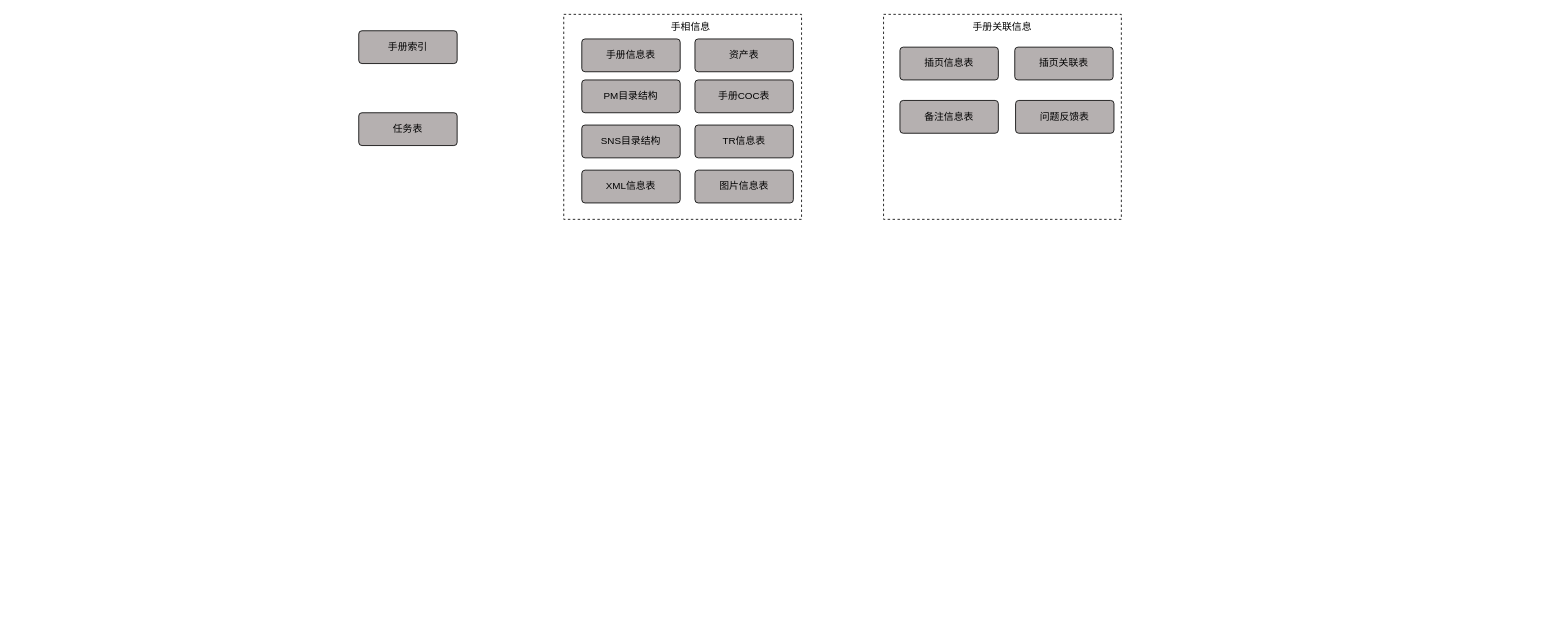
DemonHan/KuickBuy keeps this draw.io diagram as 数据结构图.drawio. Above is the earlier version. Source tidied: cells renumbered, new cells numbered last; positions are measured from the earlier drawing's top-left corner, leaving out a move shared by most shapes. Both pictures are drawn from the tidied source at 82%, with x=0, y=0 at pixel (358, 14).
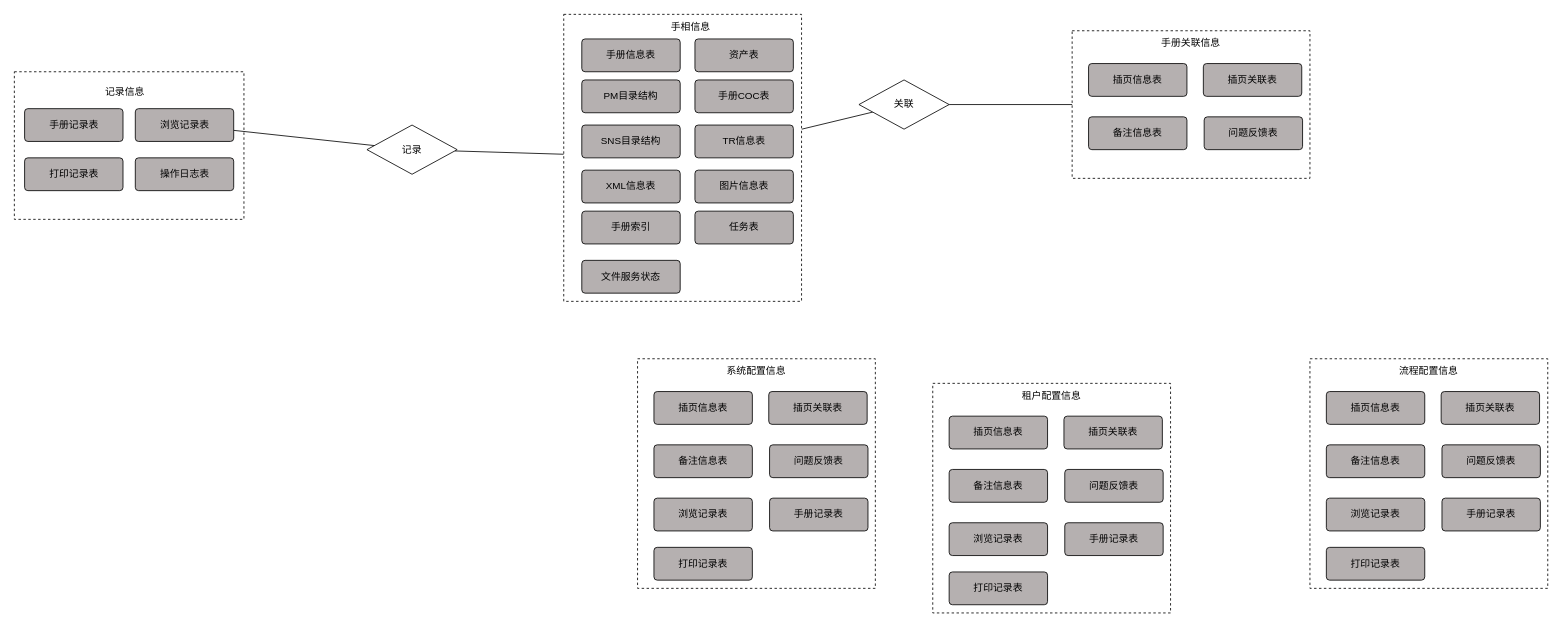
Above is the later version.

Commit message (it also covers changes not shown here):
更新数据结构图.drawio

What changed in the source:
```diff
@@
+    <mxCell id="20" style="rounded=0;whiteSpace=wrap;html=1;dashed=1;" parent="1" vertex="1">
+      <mxGeometry x="-420" y="70" width="280" height="180" as="geometry" />
+    </mxCell>
     <mxCell id="2" style="rounded=0;whiteSpace=wrap;html=1;dashed=1;" parent="1" vertex="1">
-      <mxGeometry x="640" width="290" height="250" as="geometry" />
+      <mxGeometry x="870" y="20" width="290" height="180" as="geometry" />
     </mxCell>
+    <mxCell id="21" style="rounded=0;jettySize=auto;html=1;endArrow=none;endFill=0;" parent="1" edge="1" source="3" target="24">
+      <mxGeometry relative="1" as="geometry" />
+    </mxCell>
+    <mxCell id="22" style="edgeStyle=none;rounded=0;jettySize=auto;html=1;endArrow=none;endFill=0;" parent="1" edge="1" source="3" target="59">
+      <mxGeometry relative="1" as="geometry" />
+    </mxCell>
     <mxCell id="3" style="rounded=0;whiteSpace=wrap;html=1;dashed=1;" parent="1" vertex="1">
-      <mxGeometry x="250" width="290" height="250" as="geometry" />
+      <mxGeometry x="250" width="290" height="350" as="geometry" />
     </mxCell>
@@
     <mxCell id="6" value="手册索引" style="rounded=1;arcSize=10;whiteSpace=wrap;html=1;align=center;fillColor=#b5b0b0;" parent="1" vertex="1">
-      <mxGeometry y="20" width="120" height="40" as="geometry" />
+      <mxGeometry x="272" y="240" width="120" height="40" as="geometry" />
     </mxCell>
     <mxCell id="7" value="任务表" style="rounded=1;arcSize=10;whiteSpace=wrap;html=1;align=center;fillColor=#b5b0b0;" parent="1" vertex="1">
-      <mxGeometry y="120" width="120" height="40" as="geometry" />
+      <mxGeometry x="410" y="240" width="120" height="40" as="geometry" />
     </mxCell>
@@
     <mxCell id="14" value="插页关联表" style="rounded=1;arcSize=10;whiteSpace=wrap;html=1;align=center;fillColor=#b5b0b0;" parent="1" vertex="1">
-      <mxGeometry x="800" y="40" width="120" height="40" as="geometry" />
+      <mxGeometry x="1030" y="60" width="120" height="40" as="geometry" />
     </mxCell>
     <mxCell id="15" value="插页信息表" style="rounded=1;arcSize=10;whiteSpace=wrap;html=1;align=center;fillColor=#b5b0b0;" parent="1" vertex="1">
-      <mxGeometry x="660" y="40" width="120" height="40" as="geometry" />
+      <mxGeometry x="890" y="60" width="120" height="40" as="geometry" />
     </mxCell>
@@
     <mxCell id="17" value="手册关联信息" style="text;html=1;strokeColor=none;fillColor=none;align=center;verticalAlign=middle;whiteSpace=wrap;rounded=0;" parent="1" vertex="1">
-      <mxGeometry x="740" width="90" height="30" as="geometry" />
+      <mxGeometry x="970" y="20" width="90" height="30" as="geometry" />
     </mxCell>
     <mxCell id="18" value="备注信息表" style="rounded=1;arcSize=10;whiteSpace=wrap;html=1;align=center;fillColor=#b5b0b0;" parent="1" vertex="1">
-      <mxGeometry x="660" y="105" width="120" height="40" as="geometry" />
+      <mxGeometry x="890" y="125" width="120" height="40" as="geometry" />
     </mxCell>
     <mxCell id="19" value="问题反馈表" style="rounded=1;arcSize=10;whiteSpace=wrap;html=1;align=center;fillColor=#b5b0b0;" parent="1" vertex="1">
-      <mxGeometry x="801" y="105" width="120" height="40" as="geometry" />
+      <mxGeometry x="1031" y="125" width="120" height="40" as="geometry" />
     </mxCell>
+    <mxCell id="23" style="edgeStyle=none;rounded=0;jettySize=auto;html=1;entryX=0;entryY=0.5;entryDx=0;entryDy=0;endArrow=none;endFill=0;" parent="1" edge="1" source="24" target="2">
+      <mxGeometry relative="1" as="geometry" />
+    </mxCell>
+    <mxCell id="24" value="关联" style="rhombus;whiteSpace=wrap;html=1;" parent="1" vertex="1">
+      <mxGeometry x="610" y="80" width="110" height="60" as="geometry" />
+    </mxCell>
+    <mxCell id="25" style="edgeStyle=none;rounded=0;jettySize=auto;html=1;endArrow=none;endFill=0;" parent="1" edge="1" source="26" target="59">
+      <mxGeometry relative="1" as="geometry" />
+    </mxCell>
+    <mxCell id="26" value="浏览记录表" style="rounded=1;arcSize=10;whiteSpace=wrap;html=1;align=center;fillColor=#b5b0b0;" parent="1" vertex="1">
+      <mxGeometry x="-272.5" y="115" width="120" height="40" as="geometry" />
+    </mxCell>
+    <mxCell id="27" value="手册记录表" style="rounded=1;arcSize=10;whiteSpace=wrap;html=1;align=center;fillColor=#b5b0b0;" parent="1" vertex="1">
+      <mxGeometry x="-407.5" y="115" width="120" height="40" as="geometry" />
+    </mxCell>
+    <mxCell id="28" value="打印记录表" style="rounded=1;arcSize=10;whiteSpace=wrap;html=1;align=center;fillColor=#b5b0b0;" parent="1" vertex="1">
+      <mxGeometry x="-407.5" y="175" width="120" height="40" as="geometry" />
+    </mxCell>
+    <mxCell id="29" style="rounded=0;whiteSpace=wrap;html=1;dashed=1;" parent="1" vertex="1">
+      <mxGeometry x="340" y="420" width="290" height="280" as="geometry" />
+    </mxCell>
+    <mxCell id="30" value="插页关联表" style="rounded=1;arcSize=10;whiteSpace=wrap;html=1;align=center;fillColor=#b5b0b0;" parent="1" vertex="1">
+      <mxGeometry x="500" y="460" width="120" height="40" as="geometry" />
+    </mxCell>
+    <mxCell id="31" value="插页信息表" style="rounded=1;arcSize=10;whiteSpace=wrap;html=1;align=center;fillColor=#b5b0b0;" parent="1" vertex="1">
+      <mxGeometry x="360" y="460" width="120" height="40" as="geometry" />
+    </mxCell>
+    <mxCell id="32" value="系统配置信息" style="text;html=1;strokeColor=none;fillColor=none;align=center;verticalAlign=middle;whiteSpace=wrap;rounded=0;" parent="1" vertex="1">
+      <mxGeometry x="440" y="420" width="90" height="30" as="geometry" />
+    </mxCell>
+    <mxCell id="33" value="备注信息表" style="rounded=1;arcSize=10;whiteSpace=wrap;html=1;align=center;fillColor=#b5b0b0;" parent="1" vertex="1">
+      <mxGeometry x="360" y="525" width="120" height="40" as="geometry" />
+    </mxCell>
+    <mxCell id="34" value="问题反馈表" style="rounded=1;arcSize=10;whiteSpace=wrap;html=1;align=center;fillColor=#b5b0b0;" parent="1" vertex="1">
+      <mxGeometry x="501" y="525" width="120" height="40" as="geometry" />
+    </mxCell>
+    <mxCell id="35" value="浏览记录表" style="rounded=1;arcSize=10;whiteSpace=wrap;html=1;align=center;fillColor=#b5b0b0;" parent="1" vertex="1">
+      <mxGeometry x="360" y="590" width="120" height="40" as="geometry" />
+    </mxCell>
+    <mxCell id="36" value="手册记录表" style="rounded=1;arcSize=10;whiteSpace=wrap;html=1;align=center;fillColor=#b5b0b0;" parent="1" vertex="1">
+      <mxGeometry x="501" y="590" width="120" height="40" as="geometry" />
+    </mxCell>
+    <mxCell id="37" value="打印记录表" style="rounded=1;arcSize=10;whiteSpace=wrap;html=1;align=center;fillColor=#b5b0b0;" parent="1" vertex="1">
+      <mxGeometry x="360" y="650" width="120" height="40" as="geometry" />
+    </mxCell>
+    <mxCell id="38" style="rounded=0;whiteSpace=wrap;html=1;dashed=1;" parent="1" vertex="1">
+      <mxGeometry x="700" y="450" width="290" height="280" as="geometry" />
+    </mxCell>
+    <mxCell id="39" value="插页关联表" style="rounded=1;arcSize=10;whiteSpace=wrap;html=1;align=center;fillColor=#b5b0b0;" parent="1" vertex="1">
+      <mxGeometry x="860" y="490" width="120" height="40" as="geometry" />
+    </mxCell>
+    <mxCell id="40" value="插页信息表" style="rounded=1;arcSize=10;whiteSpace=wrap;html=1;align=center;fillColor=#b5b0b0;" parent="1" vertex="1">
+      <mxGeometry x="720" y="490" width="120" height="40" as="geometry" />
+    </mxCell>
+    <mxCell id="41" value="租户配置信息" style="text;html=1;strokeColor=none;fillColor=none;align=center;verticalAlign=middle;whiteSpace=wrap;rounded=0;" parent="1" vertex="1">
+      <mxGeometry x="800" y="450" width="90" height="30" as="geometry" />
+    </mxCell>
+    <mxCell id="42" value="备注信息表" style="rounded=1;arcSize=10;whiteSpace=wrap;html=1;align=center;fillColor=#b5b0b0;" parent="1" vertex="1">
+      <mxGeometry x="720" y="555" width="120" height="40" as="geometry" />
+    </mxCell>
+    <mxCell id="43" value="问题反馈表" style="rounded=1;arcSize=10;whiteSpace=wrap;html=1;align=center;fillColor=#b5b0b0;" parent="1" vertex="1">
+      <mxGeometry x="861" y="555" width="120" height="40" as="geometry" />
+    </mxCell>
+    <mxCell id="44" value="浏览记录表" style="rounded=1;arcSize=10;whiteSpace=wrap;html=1;align=center;fillColor=#b5b0b0;" parent="1" vertex="1">
+      <mxGeometry x="720" y="620" width="120" height="40" as="geometry" />
+    </mxCell>
+    <mxCell id="45" value="手册记录表" style="rounded=1;arcSize=10;whiteSpace=wrap;html=1;align=center;fillColor=#b5b0b0;" parent="1" vertex="1">
+      <mxGeometry x="861" y="620" width="120" height="40" as="geometry" />
+    </mxCell>
+    <mxCell id="46" value="打印记录表" style="rounded=1;arcSize=10;whiteSpace=wrap;html=1;align=center;fillColor=#b5b0b0;" parent="1" vertex="1">
+      <mxGeometry x="720" y="680" width="120" height="40" as="geometry" />
+    </mxCell>
+    <mxCell id="47" style="rounded=0;whiteSpace=wrap;html=1;dashed=1;" parent="1" vertex="1">
+      <mxGeometry x="1160" y="420" width="290" height="280" as="geometry" />
+    </mxCell>
+    <mxCell id="48" value="插页关联表" style="rounded=1;arcSize=10;whiteSpace=wrap;html=1;align=center;fillColor=#b5b0b0;" parent="1" vertex="1">
+      <mxGeometry x="1320" y="460" width="120" height="40" as="geometry" />
+    </mxCell>
+    <mxCell id="49" value="插页信息表" style="rounded=1;arcSize=10;whiteSpace=wrap;html=1;align=center;fillColor=#b5b0b0;" parent="1" vertex="1">
+      <mxGeometry x="1180" y="460" width="120" height="40" as="geometry" />
+    </mxCell>
+    <mxCell id="50" value="流程配置信息" style="text;html=1;strokeColor=none;fillColor=none;align=center;verticalAlign=middle;whiteSpace=wrap;rounded=0;" parent="1" vertex="1">
+      <mxGeometry x="1260" y="420" width="90" height="30" as="geometry" />
+    </mxCell>
+    <mxCell id="51" value="备注信息表" style="rounded=1;arcSize=10;whiteSpace=wrap;html=1;align=center;fillColor=#b5b0b0;" parent="1" vertex="1">
+      <mxGeometry x="1180" y="525" width="120" height="40" as="geometry" />
+    </mxCell>
+    <mxCell id="52" value="问题反馈表" style="rounded=1;arcSize=10;whiteSpace=wrap;html=1;align=center;fillColor=#b5b0b0;" parent="1" vertex="1">
+      <mxGeometry x="1321" y="525" width="120" height="40" as="geometry" />
+    </mxCell>
+    <mxCell id="53" value="浏览记录表" style="rounded=1;arcSize=10;whiteSpace=wrap;html=1;align=center;fillColor=#b5b0b0;" parent="1" vertex="1">
+      <mxGeometry x="1180" y="590" width="120" height="40" as="geometry" />
+    </mxCell>
+    <mxCell id="54" value="手册记录表" style="rounded=1;arcSize=10;whiteSpace=wrap;html=1;align=center;fillColor=#b5b0b0;" parent="1" vertex="1">
+      <mxGeometry x="1321" y="590" width="120" height="40" as="geometry" />
+    </mxCell>
+    <mxCell id="55" value="打印记录表" style="rounded=1;arcSize=10;whiteSpace=wrap;html=1;align=center;fillColor=#b5b0b0;" parent="1" vertex="1">
+      <mxGeometry x="1180" y="650" width="120" height="40" as="geometry" />
+    </mxCell>
+    <mxCell id="56" value="文件服务状态" style="rounded=1;arcSize=10;whiteSpace=wrap;html=1;align=center;fillColor=#b5b0b0;" parent="1" vertex="1">
+      <mxGeometry x="272" y="300" width="120" height="40" as="geometry" />
+    </mxCell>
+    <mxCell id="57" value="记录信息" style="text;html=1;strokeColor=none;fillColor=none;align=center;verticalAlign=middle;whiteSpace=wrap;rounded=0;" parent="1" vertex="1">
+      <mxGeometry x="-330" y="80" width="90" height="30" as="geometry" />
+    </mxCell>
+    <mxCell id="58" value="操作日志表" style="rounded=1;arcSize=10;whiteSpace=wrap;html=1;align=center;fillColor=#b5b0b0;" parent="1" vertex="1">
+      <mxGeometry x="-272.5" y="175" width="120" height="40" as="geometry" />
+    </mxCell>
+    <mxCell id="59" value="记录" style="rhombus;whiteSpace=wrap;html=1;" parent="1" vertex="1">
+      <mxGeometry x="10" y="135" width="110" height="60" as="geometry" />
+    </mxCell>
```
